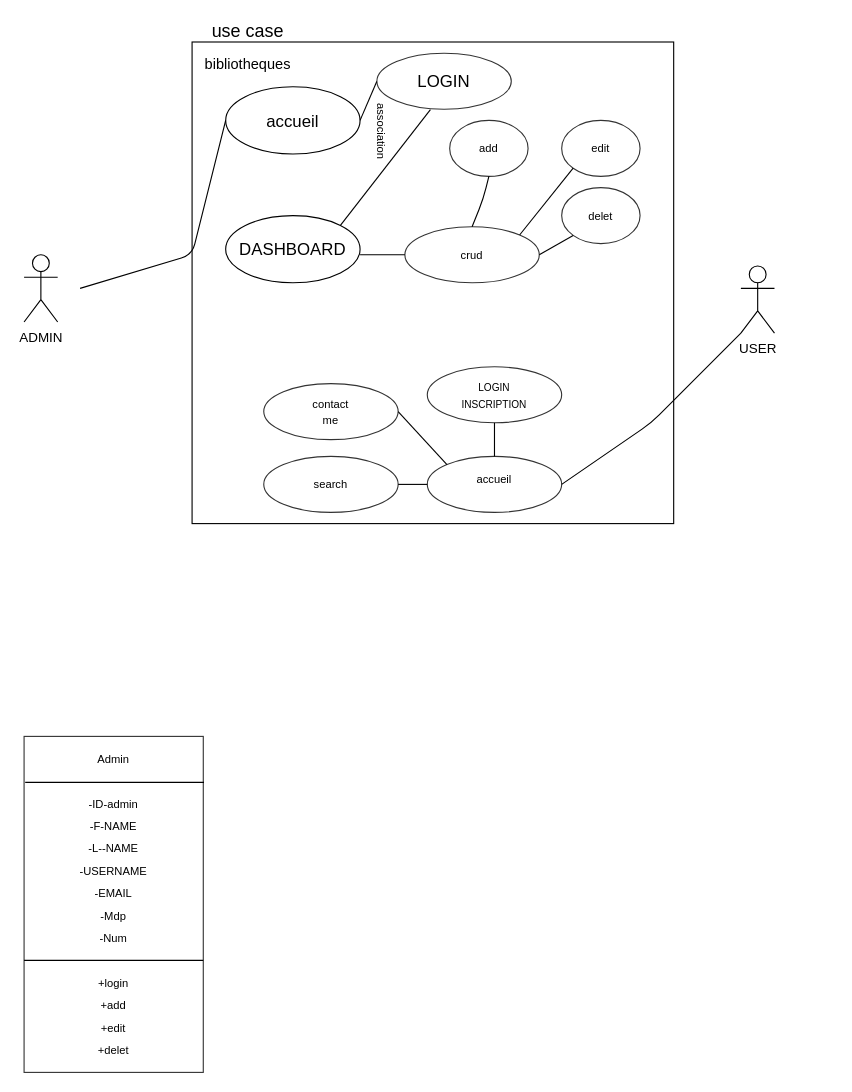
Earlier version of the draw.io diagram uml.drawio (zakaria444/PFR). Source tidied: cells renumbered, new cells numbered last; positions are measured from the earlier drawing's top-left corner, leaving out a move shared by most shapes. Both pictures are drawn from the tidied source at 112%, with x=0, y=0 at pixel (24, 19).
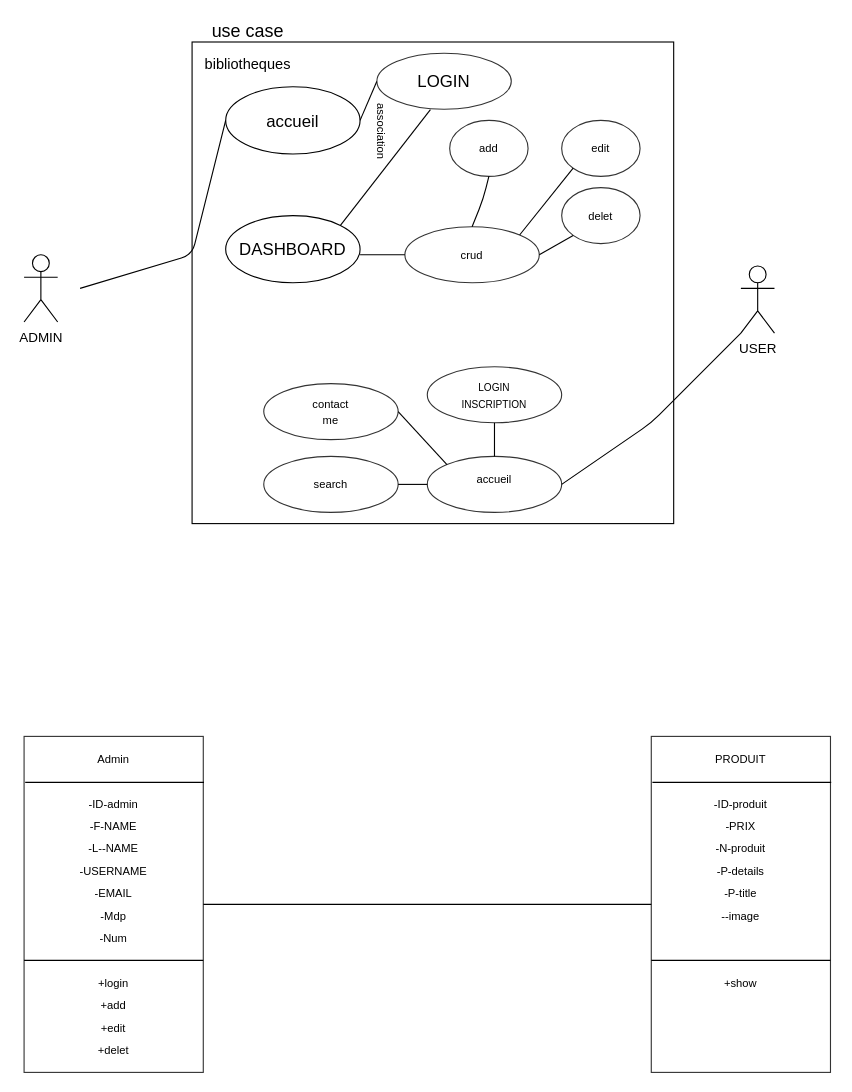
The same diagram, later.

Commit message:
add uml diagram class produit

Unchanged cells that the change refers to:
```xml
<mxCell id="41" style="rounded=0;whiteSpace=wrap;html=1;opacity=80;" parent="1" vertex="1">
  <mxGeometry y="640" width="160" height="300" as="geometry" />
</mxCell>
```

What changed in the source:
```diff
@@
+    <mxCell id="56" style="rounded=0;whiteSpace=wrap;html=1;opacity=80;" parent="1" vertex="1">
+      <mxGeometry x="560" y="640" width="160" height="300" as="geometry" />
+    </mxCell>
+    <mxCell id="57" style="endArrow=none;html=1;entryX=1.004;entryY=0.137;entryDx=0;entryDy=0;entryPerimeter=0;" parent="1" edge="1" target="56">
+      <mxGeometry relative="1" as="geometry">
+        <mxPoint x="561" y="681" as="sourcePoint" />
+      </mxGeometry>
+    </mxCell>
+    <mxCell id="58" style="endArrow=none;html=1;entryX=1;entryY=0.25;entryDx=0;entryDy=0;exitX=0;exitY=0.25;exitDx=0;exitDy=0;" parent="1" edge="1">
+      <mxGeometry relative="1" as="geometry">
+        <mxPoint x="560" y="840" as="sourcePoint" />
+        <mxPoint x="720" y="840" as="targetPoint" />
+      </mxGeometry>
+    </mxCell>
+    <mxCell id="59" value="&lt;font style=&quot;font-size: 10px&quot;&gt;PRODUIT&lt;/font&gt;" style="text;html=1;strokeColor=none;fillColor=none;align=center;verticalAlign=middle;whiteSpace=wrap;rounded=0;" parent="1" vertex="1">
+      <mxGeometry x="620" y="650" width="40" height="20" as="geometry" />
+    </mxCell>
+    <mxCell id="60" value="&lt;span style=&quot;font-size: 10px&quot;&gt;-ID-produit&lt;/span&gt;" style="text;html=1;strokeColor=none;fillColor=none;align=center;verticalAlign=middle;whiteSpace=wrap;rounded=0;" parent="1" vertex="1">
+      <mxGeometry x="605" y="690" width="70" height="20" as="geometry" />
+    </mxCell>
+    <mxCell id="61" value="&lt;span style=&quot;font-size: 10px&quot;&gt;-PRIX&lt;/span&gt;" style="text;html=1;strokeColor=none;fillColor=none;align=center;verticalAlign=middle;whiteSpace=wrap;rounded=0;" parent="1" vertex="1">
+      <mxGeometry x="605" y="710" width="70" height="20" as="geometry" />
+    </mxCell>
+    <mxCell id="62" value="&lt;span style=&quot;font-size: 10px&quot;&gt;-N-produit&lt;/span&gt;" style="text;html=1;strokeColor=none;fillColor=none;align=center;verticalAlign=middle;whiteSpace=wrap;rounded=0;" parent="1" vertex="1">
+      <mxGeometry x="605" y="730" width="70" height="20" as="geometry" />
+    </mxCell>
+    <mxCell id="63" value="&lt;font style=&quot;font-size: 10px&quot;&gt;-P-details&lt;/font&gt;" style="text;html=1;strokeColor=none;fillColor=none;align=center;verticalAlign=middle;whiteSpace=wrap;rounded=0;" parent="1" vertex="1">
+      <mxGeometry x="605" y="750" width="70" height="20" as="geometry" />
+    </mxCell>
+    <mxCell id="64" value="&lt;font style=&quot;font-size: 10px&quot;&gt;-P-title&lt;/font&gt;" style="text;html=1;strokeColor=none;fillColor=none;align=center;verticalAlign=middle;whiteSpace=wrap;rounded=0;" parent="1" vertex="1">
+      <mxGeometry x="605" y="770" width="70" height="20" as="geometry" />
+    </mxCell>
+    <mxCell id="65" value="&lt;span style=&quot;font-size: 10px&quot;&gt;--image&lt;/span&gt;" style="text;html=1;strokeColor=none;fillColor=none;align=center;verticalAlign=middle;whiteSpace=wrap;rounded=0;" parent="1" vertex="1">
+      <mxGeometry x="605" y="790" width="70" height="20" as="geometry" />
+    </mxCell>
+    <mxCell id="66" value="&lt;span style=&quot;font-size: 10px&quot;&gt;+show&lt;/span&gt;" style="text;html=1;strokeColor=none;fillColor=none;align=center;verticalAlign=middle;whiteSpace=wrap;rounded=0;" parent="1" vertex="1">
+      <mxGeometry x="605" y="850" width="70" height="20" as="geometry" />
+    </mxCell>
+    <mxCell id="67" style="endArrow=none;html=1;entryX=0;entryY=0.5;entryDx=0;entryDy=0;exitX=1;exitY=0.5;exitDx=0;exitDy=0;" parent="1" edge="1" source="41" target="56">
+      <mxGeometry relative="1" as="geometry" />
+    </mxCell>
```
